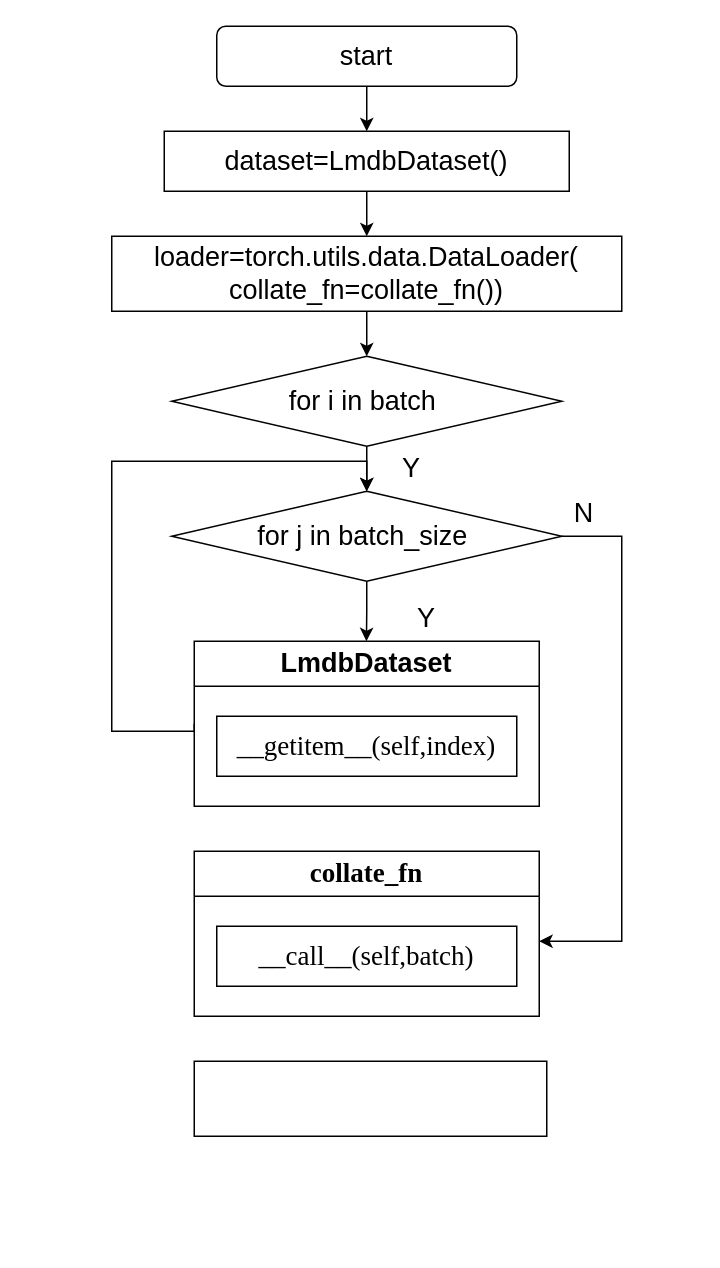
The draw.io diagram thesis_data_load.drawio in Dong-J93/_pictures, before the edit. Source tidied: cells renumbered, new cells numbered last; positions are measured from the earlier drawing's top-left corner, leaving out a move shared by most shapes. Both pictures are drawn from the tidied source at 150%, with x=0, y=0 at pixel (111, 26).
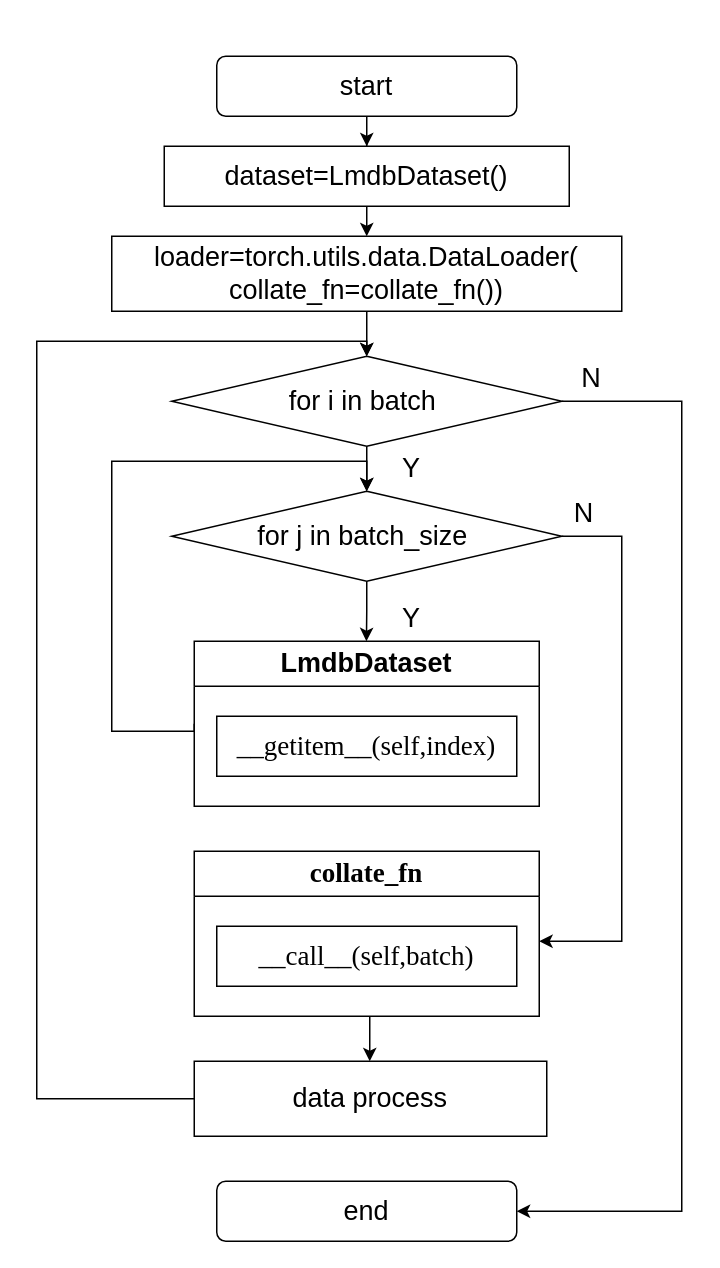
The same page after the edit.

The change refers to these unchanged cells:
```xml
<mxCell id="5" value="&lt;p class=&quot;MsoNormal&quot;&gt;&lt;font style=&quot;font-size: 18px;&quot; face=&quot;Times New Roman&quot;&gt;collate_fn&lt;/font&gt;&lt;/p&gt;" style="swimlane;whiteSpace=wrap;html=1;startSize=30;" parent="1" vertex="1">
  <mxGeometry x="55" y="550" width="230" height="110" as="geometry" />
</mxCell>
<mxCell id="12" value="&lt;font style=&quot;font-size: 18px;&quot;&gt;for i in batch&amp;nbsp;&lt;/font&gt;" style="rhombus;whiteSpace=wrap;html=1;" parent="1" vertex="1">
  <mxGeometry x="40" y="220" width="260" height="60" as="geometry" />
</mxCell>
```

What changed in the source:
```diff
@@
+    <mxCell id="22" style="edgeStyle=orthogonalEdgeStyle;rounded=0;jettySize=auto;html=1;" parent="1" edge="1" source="5" target="21">
+      <mxGeometry relative="1" as="geometry">
+        <Array as="points">
+          <mxPoint x="172" y="670" />
+          <mxPoint x="172" y="670" />
+        </Array>
+      </mxGeometry>
+    </mxCell>
@@
     <mxCell id="8" value="&lt;font style=&quot;font-size: 18px;&quot;&gt;start&lt;/font&gt;" style="rounded=1;whiteSpace=wrap;html=1;" parent="1" vertex="1">
-      <mxGeometry x="70" width="200" height="40" as="geometry" />
+      <mxGeometry x="70" y="20" width="200" height="40" as="geometry" />
     </mxCell>
@@
+    <mxCell id="23" style="edgeStyle=orthogonalEdgeStyle;rounded=0;jettySize=auto;html=1;exitX=1;exitY=0.5;exitDx=0;exitDy=0;entryX=1;entryY=0.5;entryDx=0;entryDy=0;" parent="1" edge="1" source="12" target="26">
+      <mxGeometry relative="1" as="geometry">
+        <Array as="points">
+          <mxPoint x="380" y="250" />
+          <mxPoint x="380" y="790" />
+        </Array>
+      </mxGeometry>
+    </mxCell>
@@
     <mxCell id="16" value="&lt;font style=&quot;font-size: 18px;&quot;&gt;Y&lt;/font&gt;" style="text;html=1;strokeColor=none;fillColor=none;align=center;verticalAlign=middle;whiteSpace=wrap;rounded=0;" parent="1" vertex="1">
-      <mxGeometry x="180" y="380" width="60" height="30" as="geometry" />
+      <mxGeometry x="170" y="380" width="60" height="30" as="geometry" />
     </mxCell>
@@
     <mxCell id="20" value="&lt;font style=&quot;font-size: 18px;&quot;&gt;dataset=LmdbDataset()&lt;/font&gt;" style="rounded=0;whiteSpace=wrap;html=1;" parent="1" vertex="1">
-      <mxGeometry x="35" y="70" width="270" height="40" as="geometry" />
+      <mxGeometry x="35" y="80" width="270" height="40" as="geometry" />
     </mxCell>
+    <mxCell id="24" style="edgeStyle=orthogonalEdgeStyle;rounded=0;jettySize=auto;html=1;entryX=0.5;entryY=0;entryDx=0;entryDy=0;" parent="1" edge="1" source="21" target="12">
+      <mxGeometry relative="1" as="geometry">
+        <Array as="points">
+          <mxPoint x="-50" y="715" />
+          <mxPoint x="-50" y="210" />
+          <mxPoint x="170" y="210" />
+        </Array>
+      </mxGeometry>
+    </mxCell>
-    <mxCell id="21" style="rounded=0;whiteSpace=wrap;html=1;" parent="1" vertex="1">
+    <mxCell id="21" value="&lt;font style=&quot;font-size: 18px;&quot;&gt;data process&lt;/font&gt;" style="rounded=0;whiteSpace=wrap;html=1;" parent="1" vertex="1">
       <mxGeometry x="55" y="690" width="235" height="50" as="geometry" />
     </mxCell>
+    <mxCell id="25" value="&lt;font style=&quot;font-size: 18px;&quot;&gt;N&lt;/font&gt;" style="text;html=1;strokeColor=none;fillColor=none;align=center;verticalAlign=middle;whiteSpace=wrap;rounded=0;" parent="1" vertex="1">
+      <mxGeometry x="290" y="220" width="60" height="30" as="geometry" />
+    </mxCell>
+    <mxCell id="26" value="&lt;font style=&quot;font-size: 18px;&quot;&gt;end&lt;/font&gt;" style="rounded=1;whiteSpace=wrap;html=1;" parent="1" vertex="1">
+      <mxGeometry x="70" y="770" width="200" height="40" as="geometry" />
+    </mxCell>
```
